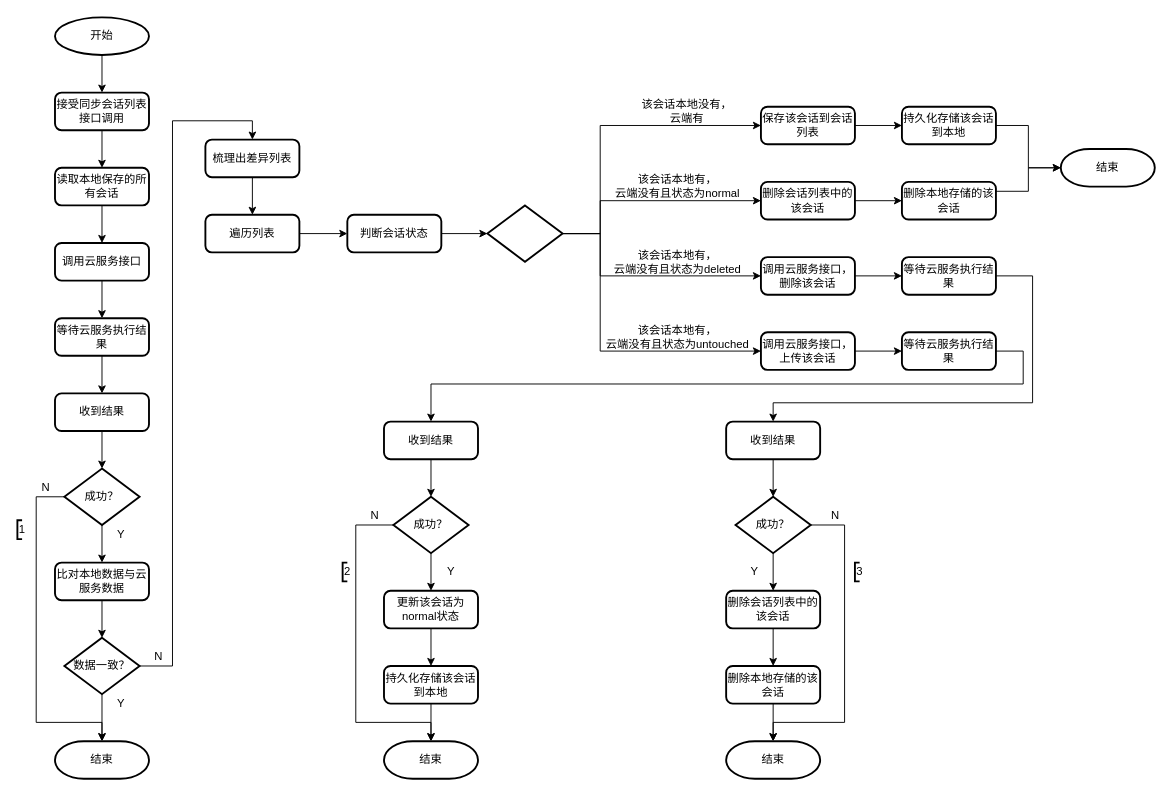
Before: page "flow-sync-conversation-list" (5 of 10) of 获取会话列表.drawio in liuao2010/360MobileSafe, a draw.io diagram. Source tidied: cells renumbered, new cells numbered last; positions are measured from the earlier drawing's top-left corner, leaving out a move shared by most shapes. Both pictures are drawn from the tidied source at 94%, with x=0, y=0 at pixel (17, 17).
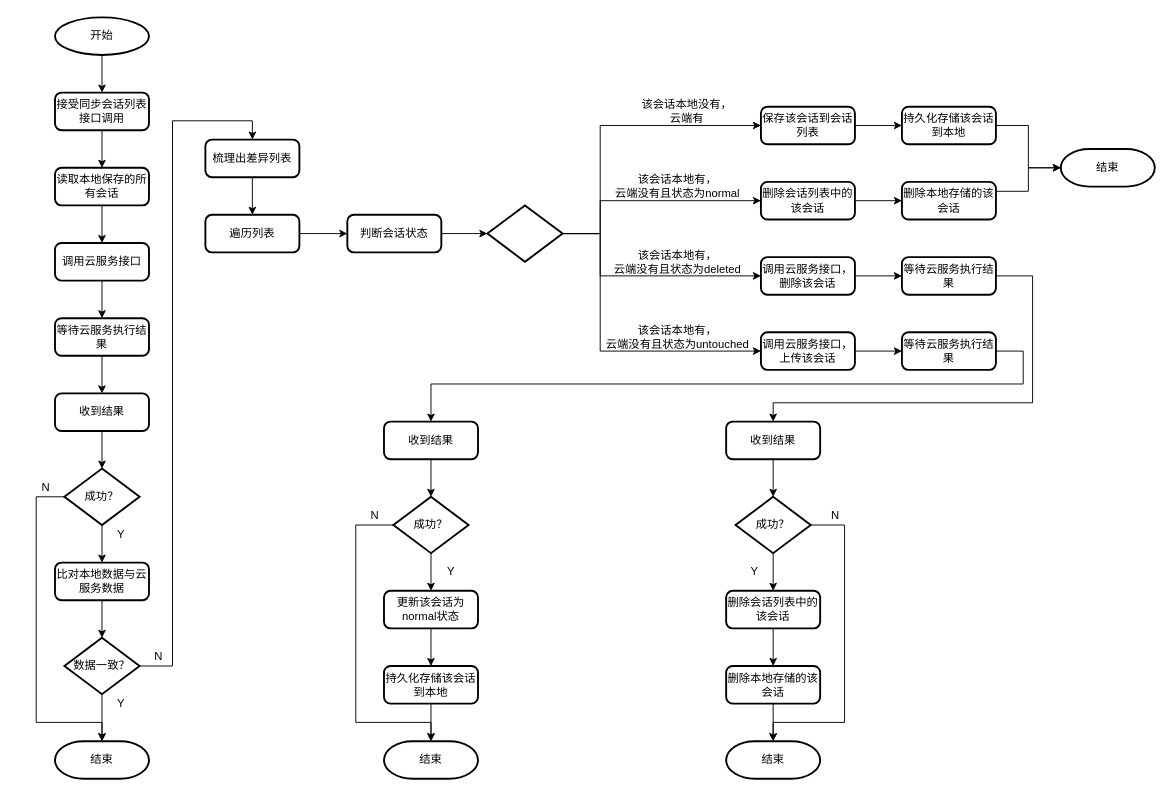
The same page after the edit.

The edit, as a diff of the source:
```diff
@@
-    <mxCell id="83" value="1" style="strokeWidth=2;html=1;shape=mxgraph.flowchart.annotation_1;align=left;rounded=1;" parent="1" vertex="1">
-      <mxGeometry y="535" width="5" height="20" as="geometry" />
-    </mxCell>
-    <mxCell id="84" value="2" style="strokeWidth=2;html=1;shape=mxgraph.flowchart.annotation_1;align=left;rounded=1;" parent="1" vertex="1">
-      <mxGeometry x="346" y="580" width="5" height="20" as="geometry" />
-    </mxCell>
-    <mxCell id="85" value="3" style="strokeWidth=2;html=1;shape=mxgraph.flowchart.annotation_1;align=left;rounded=1;" parent="1" vertex="1">
-      <mxGeometry x="891" y="580" width="5" height="20" as="geometry" />
-    </mxCell>
```
